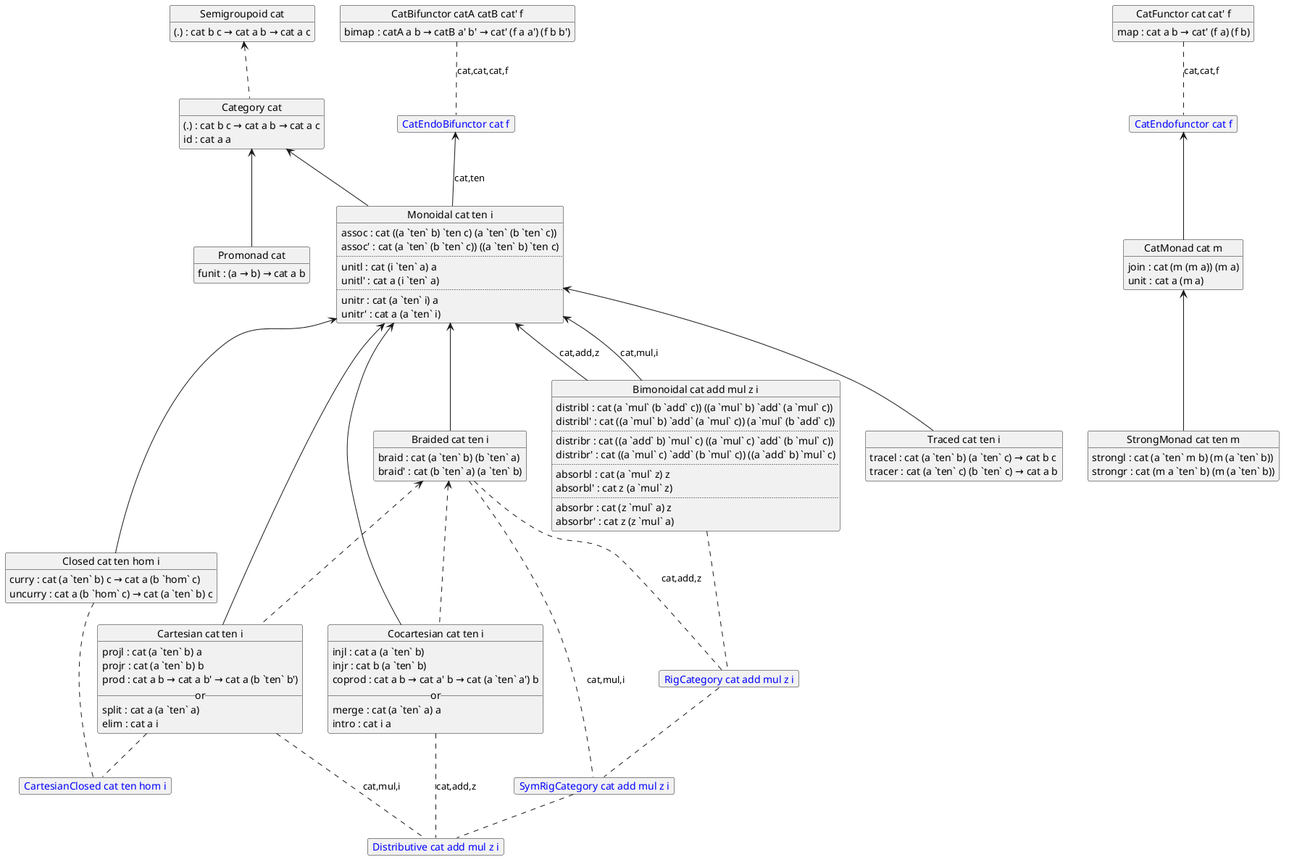
Earlier version of the PlantUML export hierarchy.png (tokinanpa/cats-and-arrows). The source it was exported from:
```plantuml
@startuml
hide empty members

object "Semigroupoid cat" as Semigroupoid {
  (.) : cat b c <U+2192> cat a b <U+2192> cat a c
}
object "Category cat" as Category {
  (.) : cat b c <U+2192> cat a b <U+2192> cat a c
  id : cat a a
}
object "Monoidal cat ten i" as Monoidal {
  assoc : cat ((a `ten` b) `ten c) (a `ten` (b `ten` c))
  assoc' : cat (a `ten` (b `ten` c)) ((a `ten` b) `ten c)
  ..
  unitl : cat (i `ten` a) a
  unitl' : cat a (i `ten` a)
  ..
  unitr : cat (a `ten` i) a
  unitr' : cat a (a `ten` i)
}
object "Braided cat ten i" as Braided {
  braid : cat (a `ten` b) (b `ten` a)
  braid' : cat (b `ten` a) (a `ten` b)
}
object "Cartesian cat ten i" as Cartesian {
  projl : cat (a `ten` b) a
  projr : cat (a `ten` b) b
  prod : cat a b <U+2192> cat a b' <U+2192> cat a (b `ten` b')
  __ or __
  split : cat a (a `ten` a)
  elim : cat a i
}
object "Cocartesian cat ten i" as Cocartesian {
  injl : cat a (a `ten` b)
  injr : cat b (a `ten` b)
  coprod : cat a b <U+2192> cat a' b <U+2192> cat (a `ten` a') b
  __ or __
  merge : cat (a `ten` a) a
  intro : cat i a
}
object "Traced cat ten i" as Traced {
  tracel : cat (a `ten` b) (a `ten` c) <U+2192> cat b c
  tracer : cat (a `ten` c) (b `ten` c) <U+2192> cat a b
}
object "Closed cat ten hom i" as Closed {
  curry : cat (a `ten` b) c <U+2192> cat a (b `hom` c)
  uncurry : cat a (b `hom` c) <U+2192> cat (a `ten` b) c
}
object "<color:blue>CartesianClosed cat ten hom i" as CartesianClosed
object "Promonad cat" as Promonad {
  funit : (a <U+2192> b) <U+2192> cat a b
}
object "Bimonoidal cat add mul z i" as Bimonoidal {
  distribl : cat (a `mul` (b `add` c)) ((a `mul` b) `add` (a `mul` c))
  distribl' : cat ((a `mul` b) `add` (a `mul` c)) (a `mul` (b `add` c))
  ..
  distribr : cat ((a `add` b) `mul` c) ((a `mul` c) `add` (b `mul` c))
  distribr' : cat ((a `mul` c) `add` (b `mul` c)) ((a `add` b) `mul` c)
  ..
  absorbl : cat (a `mul` z) z
  absorbl' : cat z (a `mul` z)
  ..
  absorbr : cat (z `mul` a) z
  absorbr' : cat z (z `mul` a)
}
object "<color:blue>RigCategory cat add mul z i" as RigCategory
object "<color:blue>SymRigCategory cat add mul z i" as SymRigCategory
object "<color:blue>Distributive cat add mul z i" as Distributive

object "CatFunctor cat cat' f" as CatFunctor {
  map : cat a b <U+2192> cat' (f a) (f b)
}
object "<color:blue>CatEndofunctor cat f" as CatEndofunctor
object "CatMonad cat m" as CatMonad {
  join : cat (m (m a)) (m a)
  unit : cat a (m a)
}
object "StrongMonad cat ten m" as StrongMonad {
  strongl : cat (a `ten` m b) (m (a `ten` b))
  strongr : cat (m a `ten` b) (m (a `ten` b))

}
object "CatBifunctor catA catB cat' f" as CatBifunctor {
  bimap : catA a b <U+2192> catB a' b' <U+2192> cat' (f a a') (f b b')
}
object "<color:blue>CatEndoBifunctor cat f" as CatEndoBifunctor


Semigroupoid <.. Category

Category <-- Monoidal
CatEndoBifunctor <-- Monoidal : cat,ten

Monoidal <-- Braided

Monoidal <-- Cartesian
Braided <.. Cartesian

Monoidal <-- Cocartesian
Braided <.. Cocartesian

Monoidal <-- Traced

Monoidal <-- Closed
Closed .. CartesianClosed
Cartesian .. CartesianClosed

Monoidal <-- Bimonoidal : cat,mul,i
Monoidal <-- Bimonoidal : cat,add,z

Bimonoidal .. RigCategory
Braided .. RigCategory : cat,add,z

RigCategory .. SymRigCategory
Braided .. SymRigCategory : cat,mul,i

SymRigCategory .. Distributive
Cartesian .. Distributive : cat,mul,i
Cocartesian .. Distributive : cat,add,z

Category <-- Promonad


CatFunctor .. CatEndofunctor : cat,cat,f
CatBifunctor .. CatEndoBifunctor : cat,cat,cat,f

CatEndofunctor <-- CatMonad

CatMonad <-- StrongMonad
@enduml
```
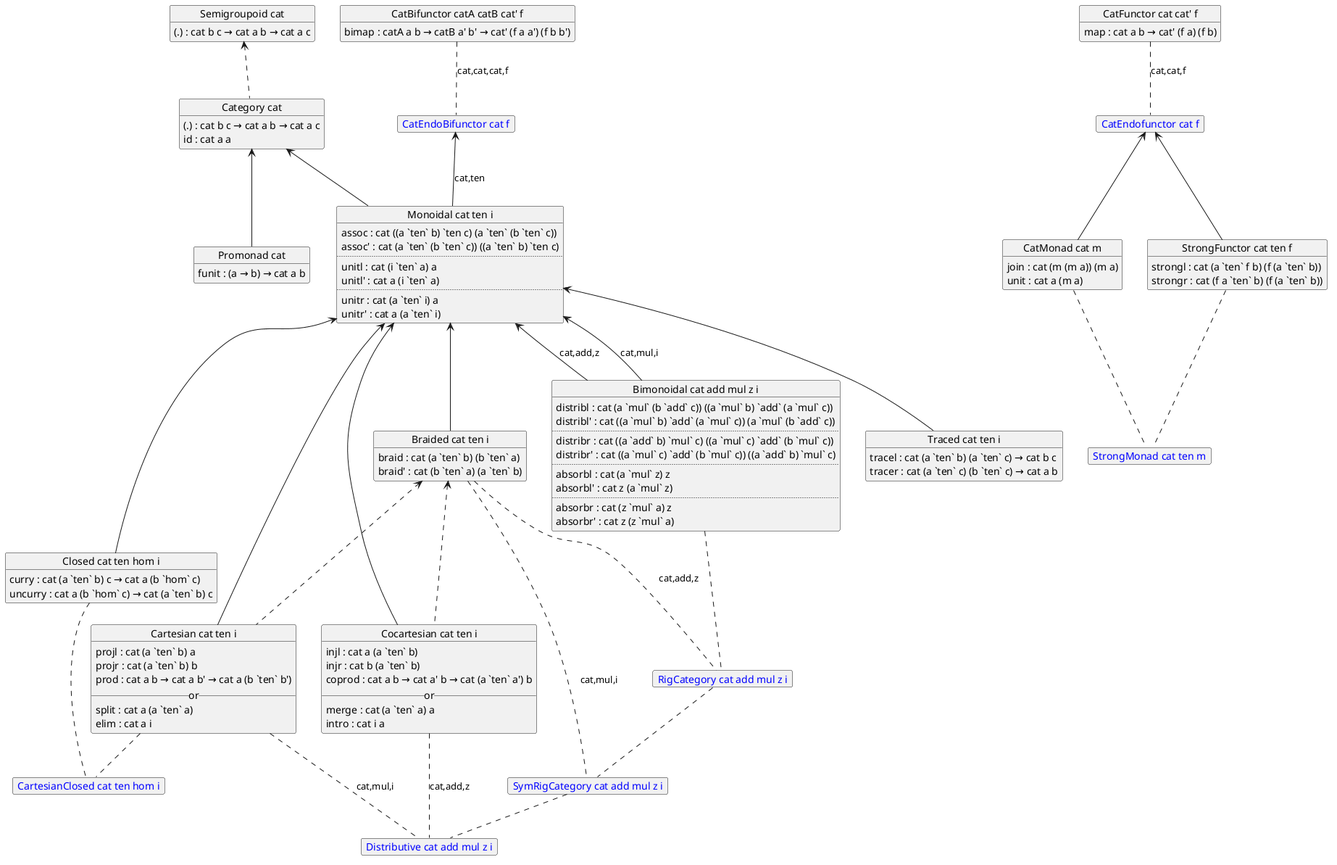
Above is the later version.

Change to the diagram source:
```diff
@@ -75,15 +75,16 @@
   join : cat (m (m a)) (m a)
   unit : cat a (m a)
 }
-object "StrongMonad cat ten m" as StrongMonad {
-  strongl : cat (a `ten` m b) (m (a `ten` b))
-  strongr : cat (m a `ten` b) (m (a `ten` b))
-
+object "StrongFunctor cat ten f" as StrongFunctor {
+  strongl : cat (a `ten` f b) (f (a `ten` b))
+  strongr : cat (f a `ten` b) (f (a `ten` b))
 }
 object "CatBifunctor catA catB cat' f" as CatBifunctor {
   bimap : catA a b <U+2192> catB a' b' <U+2192> cat' (f a a') (f b b')
 }
 object "<color:blue>CatEndoBifunctor cat f" as CatEndoBifunctor
+object "<color:blue>StrongMonad cat ten m" as StrongMonad
+
 
 
 Semigroupoid <.. Category
@@ -125,6 +126,8 @@
 CatBifunctor .. CatEndoBifunctor : cat,cat,cat,f
 
 CatEndofunctor <-- CatMonad
+CatEndofunctor <-- StrongFunctor
 
-CatMonad <-- StrongMonad
+CatMonad .. StrongMonad
+StrongFunctor .. StrongMonad
 @enduml
```
